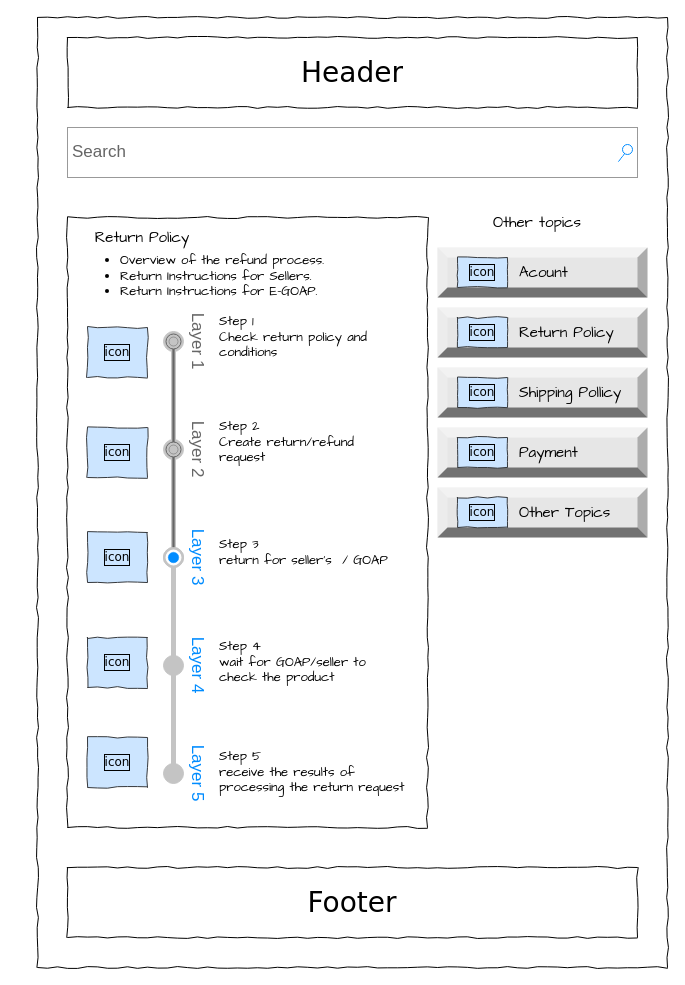
The draw.io diagram page "Return Policy" (4 of 6) of 3. Applications/1. Design (UI-UX)/1. Wireframe/Yuki-wireframe.drawio in XiaoYuki2010/Classroom-GSS0123, before the edit. Source tidied: cells renumbered, new cells numbered last; positions are measured from the earlier drawing's top-left corner, leaving out a move shared by most shapes. Both pictures are drawn from the tidied source at 100%, with x=0, y=0 at pixel (17, 17).
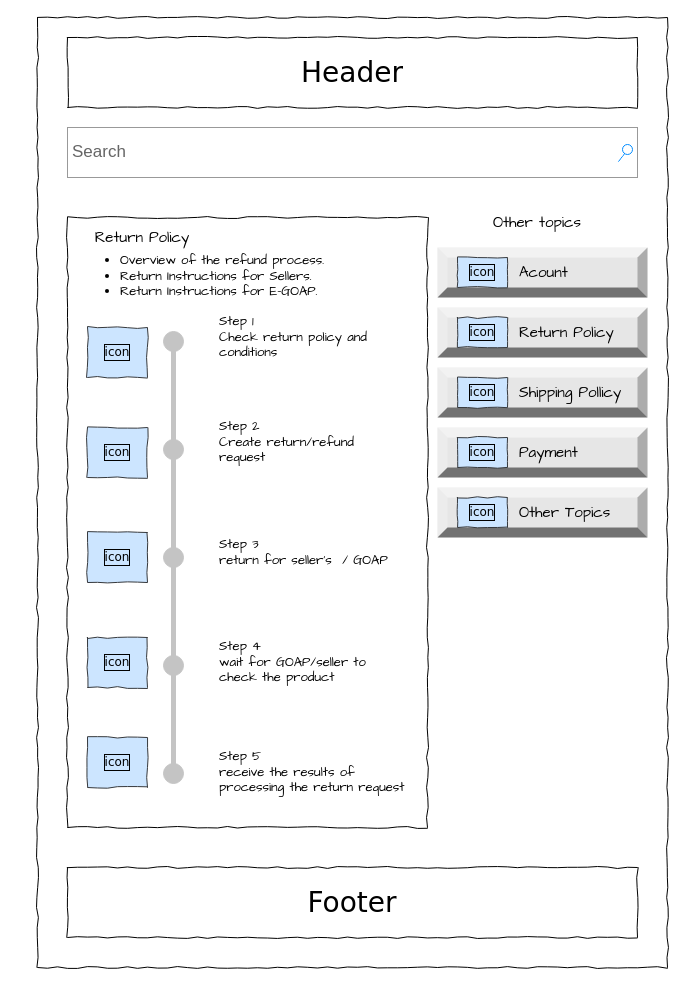
After the change.

The edit, as a diff of the source:
```diff
@@
-    <mxCell id="8" style="strokeWidth=1;shadow=0;dashed=0;align=center;html=1;shape=mxgraph.mockup.navigation.stepBar;strokeColor=#c4c4c4;textColor=#666666;textColor2=#008cff;mainText=Layer%201%2CLayer%202%2C%2BLayer%203%2CLayer%204%2C%20Layer%205;textSize=17;fillColor=#666666;overflow=fill;fontSize=17;fontColor=default;rounded=0;glass=0;labelBackgroundColor=default;labelBorderColor=default;sketch=0;hachureGap=4;jiggle=2;curveFitting=1;fontFamily=Architects Daughter;horizontal=1;direction=south;noLabel=0;" parent="1" vertex="1">
+    <mxCell id="8" style="strokeWidth=1;shadow=0;dashed=0;align=center;html=1;shape=mxgraph.mockup.navigation.stepBar;strokeColor=#c4c4c4;textColor=#666666;textColor2=#008cff;mainText=%20%2C%20%2C%20%2C%20%2C%20;textSize=17;fillColor=#666666;overflow=fill;fontSize=17;fontColor=default;rounded=0;glass=0;labelBackgroundColor=default;labelBorderColor=default;sketch=0;hachureGap=4;jiggle=2;curveFitting=1;fontFamily=Architects Daughter;horizontal=1;direction=south;noLabel=0;" parent="1" vertex="1">
       <mxGeometry x="140" y="270" width="50" height="540" as="geometry" />
     </mxCell>
```
